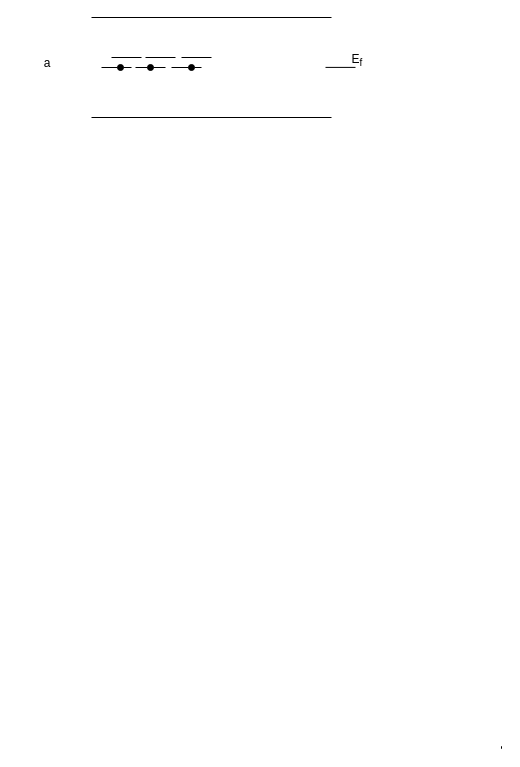
The draw.io diagram dwdweqd.drawio in ArgumenTiKi/labs, before the edit. Source tidied: cells renumbered, new cells numbered last; positions are measured from the earlier drawing's top-left corner, leaving out a move shared by most shapes. Both pictures are drawn from the tidied source at 100%, with x=0, y=0 at pixel (17, 17).
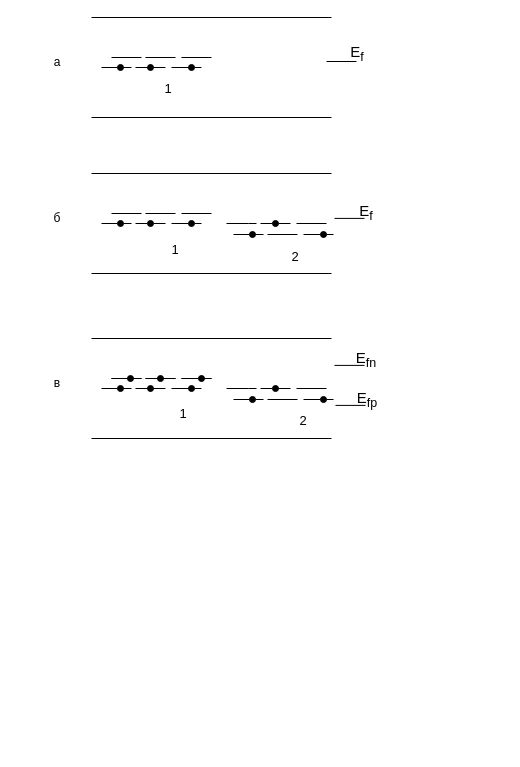
The same page after the edit.

Diff of the diagram source:
```diff
@@
-    <mxCell id="16" style="endArrow=none;html=1;rounded=0;" parent="1" edge="1">
-      <mxGeometry relative="1" as="geometry">
-        <mxPoint x="484" y="729" as="sourcePoint" />
-        <mxPoint x="484" y="731" as="targetPoint" />
-      </mxGeometry>
-    </mxCell>
-    <mxCell id="17" style="endArrow=none;html=1;rounded=0;" parent="1" edge="1">
-      <mxGeometry relative="1" as="geometry">
-        <mxPoint x="484" y="729" as="sourcePoint" />
-        <mxPoint x="484" y="731" as="targetPoint" />
-      </mxGeometry>
-    </mxCell>
     <mxCell id="18" style="endArrow=none;html=1;rounded=0;" parent="1" edge="1">
       <mxGeometry relative="1" as="geometry">
-        <mxPoint x="308" y="49.9" as="sourcePoint" />
-        <mxPoint x="338" y="49.9" as="targetPoint" />
+        <mxPoint x="309" y="44" as="sourcePoint" />
+        <mxPoint x="339" y="44" as="targetPoint" />
       </mxGeometry>
     </mxCell>
-    <mxCell id="19" value="&lt;font style=&quot;font-size: 12px&quot;&gt;E&lt;sub&gt;f&lt;/sub&gt;&lt;/font&gt;" style="text;html=1;strokeColor=none;fillColor=none;align=center;verticalAlign=middle;whiteSpace=wrap;rounded=0;" parent="1" vertex="1">
-      <mxGeometry x="333" y="40" width="14" height="6" as="geometry" />
+    <mxCell id="19" value="&lt;font style=&quot;font-size: 15px&quot;&gt;E&lt;sub&gt;f&lt;/sub&gt;&lt;/font&gt;" style="text;html=1;strokeColor=none;fillColor=none;align=center;verticalAlign=middle;whiteSpace=wrap;rounded=0;" parent="1" vertex="1">
+      <mxGeometry x="333" y="33" width="14" height="6" as="geometry" />
     </mxCell>
     <mxCell id="20" value="a" style="text;html=1;strokeColor=none;fillColor=none;align=center;verticalAlign=middle;whiteSpace=wrap;rounded=0;fontSize=12;" parent="1" vertex="1">
-      <mxGeometry y="31" width="60" height="30" as="geometry" />
+      <mxGeometry x="10" y="30" width="60" height="30" as="geometry" />
     </mxCell>
+    <mxCell id="21" style="endArrow=none;html=1;rounded=0;" parent="1" edge="1">
+      <mxGeometry relative="1" as="geometry">
+        <mxPoint x="74" y="156" as="sourcePoint" />
+        <mxPoint x="314" y="156" as="targetPoint" />
+      </mxGeometry>
+    </mxCell>
+    <mxCell id="22" style="endArrow=none;html=1;rounded=0;" parent="1" edge="1">
+      <mxGeometry relative="1" as="geometry">
+        <mxPoint x="94" y="196" as="sourcePoint" />
+        <mxPoint x="124" y="196" as="targetPoint" />
+      </mxGeometry>
+    </mxCell>
+    <mxCell id="23" style="endArrow=none;html=1;rounded=0;" parent="1" edge="1">
+      <mxGeometry relative="1" as="geometry">
+        <mxPoint x="164" y="196" as="sourcePoint" />
+        <mxPoint x="194" y="196" as="targetPoint" />
+      </mxGeometry>
+    </mxCell>
+    <mxCell id="24" style="endArrow=none;html=1;rounded=0;" parent="1" edge="1">
+      <mxGeometry relative="1" as="geometry">
+        <mxPoint x="128" y="196" as="sourcePoint" />
+        <mxPoint x="158" y="196" as="targetPoint" />
+      </mxGeometry>
+    </mxCell>
+    <mxCell id="25" style="endArrow=none;html=1;rounded=0;startArrow=none;" parent="1" edge="1" source="28">
+      <mxGeometry relative="1" as="geometry">
+        <mxPoint x="114" y="206" as="targetPoint" />
+      </mxGeometry>
+    </mxCell>
+    <mxCell id="26" style="endArrow=none;html=1;rounded=0;startArrow=none;" parent="1" edge="1" source="32">
+      <mxGeometry relative="1" as="geometry">
+        <mxPoint x="184" y="206" as="targetPoint" />
+      </mxGeometry>
+    </mxCell>
+    <mxCell id="27" style="endArrow=none;html=1;rounded=0;startArrow=none;" parent="1" edge="1" source="30">
+      <mxGeometry relative="1" as="geometry">
+        <mxPoint x="148" y="206" as="targetPoint" />
+      </mxGeometry>
+    </mxCell>
+    <mxCell id="28" style="ellipse;whiteSpace=wrap;html=1;fillColor=#000000;" parent="1" vertex="1">
+      <mxGeometry x="100" y="203" width="6" height="6" as="geometry" />
+    </mxCell>
+    <mxCell id="29" style="endArrow=none;html=1;rounded=0;" parent="1" edge="1" target="28">
+      <mxGeometry relative="1" as="geometry">
+        <mxPoint x="84" y="206" as="sourcePoint" />
+      </mxGeometry>
+    </mxCell>
+    <mxCell id="30" style="ellipse;whiteSpace=wrap;html=1;fillColor=#000000;" parent="1" vertex="1">
+      <mxGeometry x="130" y="203" width="6" height="6" as="geometry" />
+    </mxCell>
+    <mxCell id="31" style="endArrow=none;html=1;rounded=0;" parent="1" edge="1" target="30">
+      <mxGeometry relative="1" as="geometry">
+        <mxPoint x="118" y="206" as="sourcePoint" />
+      </mxGeometry>
+    </mxCell>
+    <mxCell id="32" style="ellipse;whiteSpace=wrap;html=1;fillColor=#000000;" parent="1" vertex="1">
+      <mxGeometry x="171" y="203" width="6" height="6" as="geometry" />
+    </mxCell>
+    <mxCell id="33" style="endArrow=none;html=1;rounded=0;" parent="1" edge="1" target="32">
+      <mxGeometry relative="1" as="geometry">
+        <mxPoint x="154" y="206" as="sourcePoint" />
+      </mxGeometry>
+    </mxCell>
+    <mxCell id="34" style="endArrow=none;html=1;rounded=0;" parent="1" edge="1">
+      <mxGeometry relative="1" as="geometry">
+        <mxPoint x="74" y="256" as="sourcePoint" />
+        <mxPoint x="314" y="256" as="targetPoint" />
+      </mxGeometry>
+    </mxCell>
+    <mxCell id="35" style="endArrow=none;html=1;rounded=0;" parent="1" edge="1">
+      <mxGeometry relative="1" as="geometry">
+        <mxPoint x="317" y="200.9" as="sourcePoint" />
+        <mxPoint x="347" y="200.9" as="targetPoint" />
+      </mxGeometry>
+    </mxCell>
+    <mxCell id="36" value="&lt;font style=&quot;font-size: 15px&quot;&gt;E&lt;sub&gt;f&lt;/sub&gt;&lt;/font&gt;" style="text;html=1;strokeColor=none;fillColor=none;align=center;verticalAlign=middle;whiteSpace=wrap;rounded=0;" parent="1" vertex="1">
+      <mxGeometry x="342" y="192" width="14" height="6" as="geometry" />
+    </mxCell>
+    <mxCell id="37" value="б" style="text;html=1;strokeColor=none;fillColor=none;align=center;verticalAlign=middle;whiteSpace=wrap;rounded=0;fontSize=12;" parent="1" vertex="1">
+      <mxGeometry x="10" y="186" width="60" height="30" as="geometry" />
+    </mxCell>
+    <mxCell id="38" style="endArrow=none;html=1;rounded=0;startArrow=none;" parent="1" edge="1">
+      <mxGeometry relative="1" as="geometry">
+        <mxPoint x="231" y="206" as="sourcePoint" />
+        <mxPoint x="239" y="206" as="targetPoint" />
+      </mxGeometry>
+    </mxCell>
+    <mxCell id="39" style="endArrow=none;html=1;rounded=0;startArrow=none;" parent="1" edge="1">
+      <mxGeometry relative="1" as="geometry">
+        <mxPoint x="302" y="206" as="sourcePoint" />
+        <mxPoint x="309" y="206" as="targetPoint" />
+      </mxGeometry>
+    </mxCell>
+    <mxCell id="40" style="endArrow=none;html=1;rounded=0;startArrow=none;" parent="1" edge="1" source="42">
+      <mxGeometry relative="1" as="geometry">
+        <mxPoint x="273" y="206" as="targetPoint" />
+      </mxGeometry>
+    </mxCell>
+    <mxCell id="41" style="endArrow=none;html=1;rounded=0;" parent="1" edge="1">
+      <mxGeometry relative="1" as="geometry">
+        <mxPoint x="209" y="206" as="sourcePoint" />
+        <mxPoint x="231" y="206" as="targetPoint" />
+      </mxGeometry>
+    </mxCell>
+    <mxCell id="42" style="ellipse;whiteSpace=wrap;html=1;fillColor=#000000;" parent="1" vertex="1">
+      <mxGeometry x="255" y="203" width="6" height="6" as="geometry" />
+    </mxCell>
+    <mxCell id="43" style="endArrow=none;html=1;rounded=0;" parent="1" edge="1" target="42">
+      <mxGeometry relative="1" as="geometry">
+        <mxPoint x="243" y="206" as="sourcePoint" />
+      </mxGeometry>
+    </mxCell>
+    <mxCell id="44" style="endArrow=none;html=1;rounded=0;" parent="1" edge="1">
+      <mxGeometry relative="1" as="geometry">
+        <mxPoint x="279" y="206" as="sourcePoint" />
+        <mxPoint x="303" y="206" as="targetPoint" />
+      </mxGeometry>
+    </mxCell>
+    <mxCell id="45" style="endArrow=none;html=1;rounded=0;startArrow=none;" parent="1" edge="1" source="48">
+      <mxGeometry relative="1" as="geometry">
+        <mxPoint x="246" y="217" as="targetPoint" />
+      </mxGeometry>
+    </mxCell>
+    <mxCell id="46" style="endArrow=none;html=1;rounded=0;startArrow=none;" parent="1" edge="1" source="51">
+      <mxGeometry relative="1" as="geometry">
+        <mxPoint x="316" y="217" as="targetPoint" />
+      </mxGeometry>
+    </mxCell>
+    <mxCell id="47" style="endArrow=none;html=1;rounded=0;startArrow=none;" parent="1" edge="1">
+      <mxGeometry relative="1" as="geometry">
+        <mxPoint x="268" y="217" as="sourcePoint" />
+        <mxPoint x="280" y="217" as="targetPoint" />
+      </mxGeometry>
+    </mxCell>
+    <mxCell id="48" style="ellipse;whiteSpace=wrap;html=1;fillColor=#000000;" parent="1" vertex="1">
+      <mxGeometry x="232" y="214" width="6" height="6" as="geometry" />
+    </mxCell>
+    <mxCell id="49" style="endArrow=none;html=1;rounded=0;" parent="1" edge="1" target="48">
+      <mxGeometry relative="1" as="geometry">
+        <mxPoint x="216" y="217" as="sourcePoint" />
+      </mxGeometry>
+    </mxCell>
+    <mxCell id="50" style="endArrow=none;html=1;rounded=0;" parent="1" edge="1">
+      <mxGeometry relative="1" as="geometry">
+        <mxPoint x="250" y="217" as="sourcePoint" />
+        <mxPoint x="269" y="217" as="targetPoint" />
+      </mxGeometry>
+    </mxCell>
+    <mxCell id="51" style="ellipse;whiteSpace=wrap;html=1;fillColor=#000000;" parent="1" vertex="1">
+      <mxGeometry x="303" y="214" width="6" height="6" as="geometry" />
+    </mxCell>
+    <mxCell id="52" style="endArrow=none;html=1;rounded=0;" parent="1" edge="1" target="51">
+      <mxGeometry relative="1" as="geometry">
+        <mxPoint x="286" y="217" as="sourcePoint" />
+      </mxGeometry>
+    </mxCell>
+    <mxCell id="53" style="endArrow=none;html=1;rounded=0;" parent="1" edge="1">
+      <mxGeometry relative="1" as="geometry">
+        <mxPoint x="74" y="321" as="sourcePoint" />
+        <mxPoint x="314" y="321" as="targetPoint" />
+      </mxGeometry>
+    </mxCell>
+    <mxCell id="54" style="endArrow=none;html=1;rounded=0;" parent="1" edge="1">
+      <mxGeometry relative="1" as="geometry">
+        <mxPoint x="94" y="361" as="sourcePoint" />
+        <mxPoint x="124" y="361" as="targetPoint" />
+      </mxGeometry>
+    </mxCell>
+    <mxCell id="55" style="endArrow=none;html=1;rounded=0;" parent="1" edge="1">
+      <mxGeometry relative="1" as="geometry">
+        <mxPoint x="164" y="361" as="sourcePoint" />
+        <mxPoint x="194" y="361" as="targetPoint" />
+      </mxGeometry>
+    </mxCell>
+    <mxCell id="56" style="endArrow=none;html=1;rounded=0;" parent="1" edge="1">
+      <mxGeometry relative="1" as="geometry">
+        <mxPoint x="128" y="361" as="sourcePoint" />
+        <mxPoint x="158" y="361" as="targetPoint" />
+      </mxGeometry>
+    </mxCell>
+    <mxCell id="57" style="endArrow=none;html=1;rounded=0;startArrow=none;" parent="1" edge="1" source="60">
+      <mxGeometry relative="1" as="geometry">
+        <mxPoint x="114" y="371" as="targetPoint" />
+      </mxGeometry>
+    </mxCell>
+    <mxCell id="58" style="endArrow=none;html=1;rounded=0;startArrow=none;" parent="1" edge="1" source="64">
+      <mxGeometry relative="1" as="geometry">
+        <mxPoint x="184" y="371" as="targetPoint" />
+      </mxGeometry>
+    </mxCell>
+    <mxCell id="59" style="endArrow=none;html=1;rounded=0;startArrow=none;" parent="1" edge="1" source="62">
+      <mxGeometry relative="1" as="geometry">
+        <mxPoint x="148" y="371" as="targetPoint" />
+      </mxGeometry>
+    </mxCell>
+    <mxCell id="60" style="ellipse;whiteSpace=wrap;html=1;fillColor=#000000;" parent="1" vertex="1">
+      <mxGeometry x="100" y="368" width="6" height="6" as="geometry" />
+    </mxCell>
+    <mxCell id="61" style="endArrow=none;html=1;rounded=0;" parent="1" edge="1" target="60">
+      <mxGeometry relative="1" as="geometry">
+        <mxPoint x="84" y="371" as="sourcePoint" />
+      </mxGeometry>
+    </mxCell>
+    <mxCell id="62" style="ellipse;whiteSpace=wrap;html=1;fillColor=#000000;" parent="1" vertex="1">
+      <mxGeometry x="130" y="368" width="6" height="6" as="geometry" />
+    </mxCell>
+    <mxCell id="63" style="endArrow=none;html=1;rounded=0;" parent="1" edge="1" target="62">
+      <mxGeometry relative="1" as="geometry">
+        <mxPoint x="118" y="371" as="sourcePoint" />
+      </mxGeometry>
+    </mxCell>
+    <mxCell id="64" style="ellipse;whiteSpace=wrap;html=1;fillColor=#000000;" parent="1" vertex="1">
+      <mxGeometry x="171" y="368" width="6" height="6" as="geometry" />
+    </mxCell>
+    <mxCell id="65" style="endArrow=none;html=1;rounded=0;" parent="1" edge="1" target="64">
+      <mxGeometry relative="1" as="geometry">
+        <mxPoint x="154" y="371" as="sourcePoint" />
+      </mxGeometry>
+    </mxCell>
+    <mxCell id="66" style="endArrow=none;html=1;rounded=0;" parent="1" edge="1">
+      <mxGeometry relative="1" as="geometry">
+        <mxPoint x="74" y="421" as="sourcePoint" />
+        <mxPoint x="314" y="421" as="targetPoint" />
+      </mxGeometry>
+    </mxCell>
+    <mxCell id="67" style="endArrow=none;html=1;rounded=0;" parent="1" edge="1">
+      <mxGeometry relative="1" as="geometry">
+        <mxPoint x="317" y="347.9" as="sourcePoint" />
+        <mxPoint x="347" y="347.9" as="targetPoint" />
+      </mxGeometry>
+    </mxCell>
+    <mxCell id="68" value="&lt;font style=&quot;font-size: 15px&quot;&gt;E&lt;sub&gt;fn&lt;br&gt;&lt;/sub&gt;&lt;/font&gt;" style="text;html=1;strokeColor=none;fillColor=none;align=center;verticalAlign=middle;whiteSpace=wrap;rounded=0;" parent="1" vertex="1">
+      <mxGeometry x="342" y="339" width="14" height="6" as="geometry" />
+    </mxCell>
+    <mxCell id="69" value="в" style="text;html=1;strokeColor=none;fillColor=none;align=center;verticalAlign=middle;whiteSpace=wrap;rounded=0;fontSize=12;" parent="1" vertex="1">
+      <mxGeometry x="10" y="351" width="60" height="30" as="geometry" />
+    </mxCell>
+    <mxCell id="70" style="endArrow=none;html=1;rounded=0;startArrow=none;" parent="1" edge="1">
+      <mxGeometry relative="1" as="geometry">
+        <mxPoint x="231" y="371" as="sourcePoint" />
+        <mxPoint x="239" y="371" as="targetPoint" />
+      </mxGeometry>
+    </mxCell>
+    <mxCell id="71" style="endArrow=none;html=1;rounded=0;startArrow=none;" parent="1" edge="1">
+      <mxGeometry relative="1" as="geometry">
+        <mxPoint x="302" y="371" as="sourcePoint" />
+        <mxPoint x="309" y="371" as="targetPoint" />
+      </mxGeometry>
+    </mxCell>
+    <mxCell id="72" style="endArrow=none;html=1;rounded=0;startArrow=none;" parent="1" edge="1" source="74">
+      <mxGeometry relative="1" as="geometry">
+        <mxPoint x="273" y="371" as="targetPoint" />
+      </mxGeometry>
+    </mxCell>
+    <mxCell id="73" style="endArrow=none;html=1;rounded=0;" parent="1" edge="1">
+      <mxGeometry relative="1" as="geometry">
+        <mxPoint x="209" y="371" as="sourcePoint" />
+        <mxPoint x="231" y="371" as="targetPoint" />
+      </mxGeometry>
+    </mxCell>
+    <mxCell id="74" style="ellipse;whiteSpace=wrap;html=1;fillColor=#000000;" parent="1" vertex="1">
+      <mxGeometry x="255" y="368" width="6" height="6" as="geometry" />
+    </mxCell>
+    <mxCell id="75" style="endArrow=none;html=1;rounded=0;" parent="1" edge="1" target="74">
+      <mxGeometry relative="1" as="geometry">
+        <mxPoint x="243" y="371" as="sourcePoint" />
+      </mxGeometry>
+    </mxCell>
+    <mxCell id="76" style="endArrow=none;html=1;rounded=0;" parent="1" edge="1">
+      <mxGeometry relative="1" as="geometry">
+        <mxPoint x="279" y="371" as="sourcePoint" />
+        <mxPoint x="303" y="371" as="targetPoint" />
+      </mxGeometry>
+    </mxCell>
+    <mxCell id="77" style="endArrow=none;html=1;rounded=0;startArrow=none;" parent="1" edge="1" source="80">
+      <mxGeometry relative="1" as="geometry">
+        <mxPoint x="246" y="382" as="targetPoint" />
+      </mxGeometry>
+    </mxCell>
+    <mxCell id="78" style="endArrow=none;html=1;rounded=0;startArrow=none;" parent="1" edge="1" source="83">
+      <mxGeometry relative="1" as="geometry">
+        <mxPoint x="316" y="382" as="targetPoint" />
+      </mxGeometry>
+    </mxCell>
+    <mxCell id="79" style="endArrow=none;html=1;rounded=0;startArrow=none;" parent="1" edge="1">
+      <mxGeometry relative="1" as="geometry">
+        <mxPoint x="268" y="382" as="sourcePoint" />
+        <mxPoint x="280" y="382" as="targetPoint" />
+      </mxGeometry>
+    </mxCell>
+    <mxCell id="80" style="ellipse;whiteSpace=wrap;html=1;fillColor=#000000;" parent="1" vertex="1">
+      <mxGeometry x="232" y="379" width="6" height="6" as="geometry" />
+    </mxCell>
+    <mxCell id="81" style="endArrow=none;html=1;rounded=0;" parent="1" edge="1" target="80">
+      <mxGeometry relative="1" as="geometry">
+        <mxPoint x="216" y="382" as="sourcePoint" />
+      </mxGeometry>
+    </mxCell>
+    <mxCell id="82" style="endArrow=none;html=1;rounded=0;" parent="1" edge="1">
+      <mxGeometry relative="1" as="geometry">
+        <mxPoint x="250" y="382" as="sourcePoint" />
+        <mxPoint x="269" y="382" as="targetPoint" />
+      </mxGeometry>
+    </mxCell>
+    <mxCell id="83" style="ellipse;whiteSpace=wrap;html=1;fillColor=#000000;" parent="1" vertex="1">
+      <mxGeometry x="303" y="379" width="6" height="6" as="geometry" />
+    </mxCell>
+    <mxCell id="84" style="endArrow=none;html=1;rounded=0;" parent="1" edge="1" target="83">
+      <mxGeometry relative="1" as="geometry">
+        <mxPoint x="286" y="382" as="sourcePoint" />
+      </mxGeometry>
+    </mxCell>
+    <mxCell id="85" style="endArrow=none;html=1;rounded=0;startArrow=none;" parent="1" edge="1" source="88">
+      <mxGeometry relative="1" as="geometry">
+        <mxPoint x="124" y="361" as="targetPoint" />
+      </mxGeometry>
+    </mxCell>
+    <mxCell id="86" style="endArrow=none;html=1;rounded=0;startArrow=none;" parent="1" edge="1" source="92">
+      <mxGeometry relative="1" as="geometry">
+        <mxPoint x="194" y="361" as="targetPoint" />
+      </mxGeometry>
+    </mxCell>
+    <mxCell id="87" style="endArrow=none;html=1;rounded=0;startArrow=none;" parent="1" edge="1" source="90">
+      <mxGeometry relative="1" as="geometry">
+        <mxPoint x="158" y="361" as="targetPoint" />
+      </mxGeometry>
+    </mxCell>
+    <mxCell id="88" style="ellipse;whiteSpace=wrap;html=1;fillColor=#000000;" parent="1" vertex="1">
+      <mxGeometry x="110" y="358" width="6" height="6" as="geometry" />
+    </mxCell>
+    <mxCell id="89" style="endArrow=none;html=1;rounded=0;" parent="1" edge="1" target="88">
+      <mxGeometry relative="1" as="geometry">
+        <mxPoint x="94" y="361" as="sourcePoint" />
+      </mxGeometry>
+    </mxCell>
+    <mxCell id="90" style="ellipse;whiteSpace=wrap;html=1;fillColor=#000000;" parent="1" vertex="1">
+      <mxGeometry x="140" y="358" width="6" height="6" as="geometry" />
+    </mxCell>
+    <mxCell id="91" style="endArrow=none;html=1;rounded=0;" parent="1" edge="1" target="90">
+      <mxGeometry relative="1" as="geometry">
+        <mxPoint x="128" y="361" as="sourcePoint" />
+      </mxGeometry>
+    </mxCell>
+    <mxCell id="92" style="ellipse;whiteSpace=wrap;html=1;fillColor=#000000;" parent="1" vertex="1">
+      <mxGeometry x="181" y="358" width="6" height="6" as="geometry" />
+    </mxCell>
+    <mxCell id="93" style="endArrow=none;html=1;rounded=0;" parent="1" edge="1" target="92">
+      <mxGeometry relative="1" as="geometry">
+        <mxPoint x="164" y="361" as="sourcePoint" />
+      </mxGeometry>
+    </mxCell>
+    <mxCell id="94" style="endArrow=none;html=1;rounded=0;" parent="1" edge="1">
+      <mxGeometry relative="1" as="geometry">
+        <mxPoint x="318" y="387.9" as="sourcePoint" />
+        <mxPoint x="348" y="387.9" as="targetPoint" />
+      </mxGeometry>
+    </mxCell>
+    <mxCell id="95" value="&lt;font style=&quot;font-size: 15px&quot;&gt;E&lt;sub&gt;fp&lt;br&gt;&lt;/sub&gt;&lt;/font&gt;" style="text;html=1;strokeColor=none;fillColor=none;align=center;verticalAlign=middle;whiteSpace=wrap;rounded=0;" parent="1" vertex="1">
+      <mxGeometry x="343" y="379" width="14" height="6" as="geometry" />
+    </mxCell>
+    <mxCell id="96" value="&lt;font style=&quot;font-size: 13px&quot;&gt;1&lt;/font&gt;" style="text;html=1;strokeColor=none;fillColor=none;align=center;verticalAlign=middle;whiteSpace=wrap;rounded=0;fontSize=15;" parent="1" vertex="1">
+      <mxGeometry x="121" y="55" width="60" height="30" as="geometry" />
+    </mxCell>
+    <mxCell id="97" value="&lt;span style=&quot;font-size: 13px&quot;&gt;1&lt;/span&gt;" style="text;html=1;strokeColor=none;fillColor=none;align=center;verticalAlign=middle;whiteSpace=wrap;rounded=0;fontSize=15;" parent="1" vertex="1">
+      <mxGeometry x="128" y="216" width="60" height="30" as="geometry" />
+    </mxCell>
+    <mxCell id="98" value="&lt;span style=&quot;font-size: 13px&quot;&gt;2&lt;br&gt;&lt;/span&gt;" style="text;html=1;strokeColor=none;fillColor=none;align=center;verticalAlign=middle;whiteSpace=wrap;rounded=0;fontSize=15;" parent="1" vertex="1">
+      <mxGeometry x="248" y="223" width="60" height="30" as="geometry" />
+    </mxCell>
+    <mxCell id="99" value="&lt;span style=&quot;font-size: 13px&quot;&gt;1&lt;/span&gt;" style="text;html=1;strokeColor=none;fillColor=none;align=center;verticalAlign=middle;whiteSpace=wrap;rounded=0;fontSize=15;" parent="1" vertex="1">
+      <mxGeometry x="136" y="380" width="60" height="30" as="geometry" />
+    </mxCell>
+    <mxCell id="100" value="&lt;span style=&quot;font-size: 13px&quot;&gt;2&lt;br&gt;&lt;/span&gt;" style="text;html=1;strokeColor=none;fillColor=none;align=center;verticalAlign=middle;whiteSpace=wrap;rounded=0;fontSize=15;" parent="1" vertex="1">
+      <mxGeometry x="256" y="387" width="60" height="30" as="geometry" />
+    </mxCell>
```
